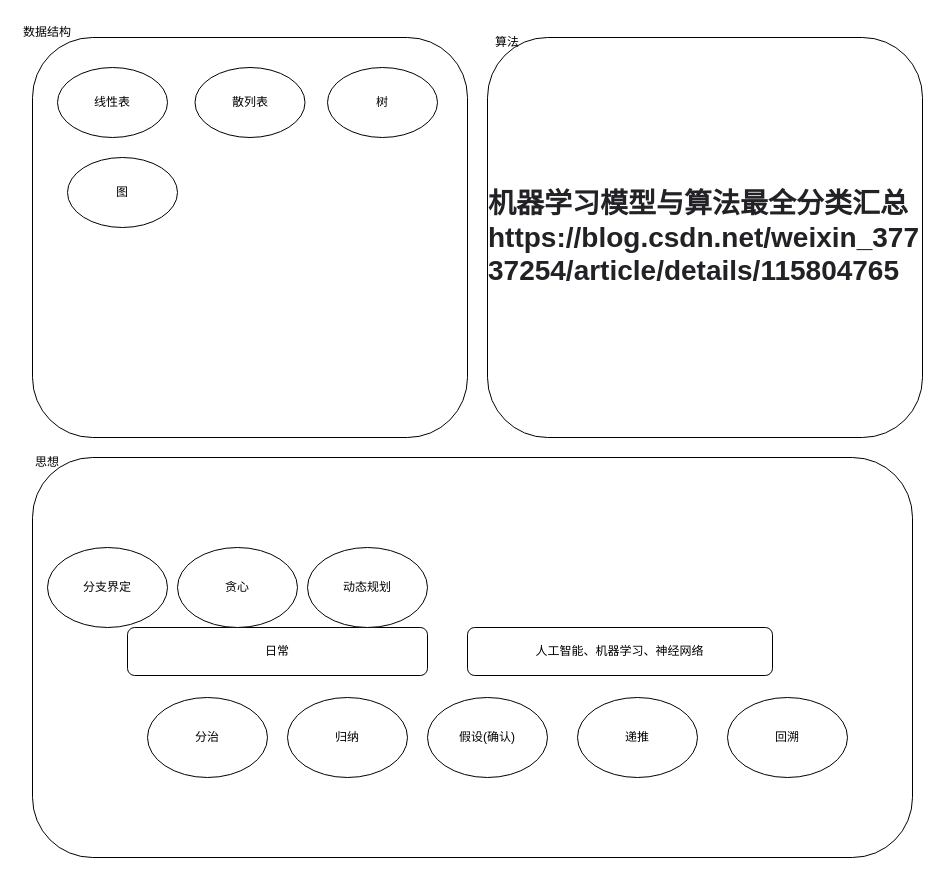
Asamiyaa/microservice-k8s-yun keeps this draw.io diagram as menus/算法.drawio. Above is the earlier version. Source tidied: cells renumbered, new cells numbered last; positions are measured from the earlier drawing's top-left corner, leaving out a move shared by most shapes. Both pictures are drawn from the tidied source at 100%, with x=0, y=0 at pixel (17, 17).
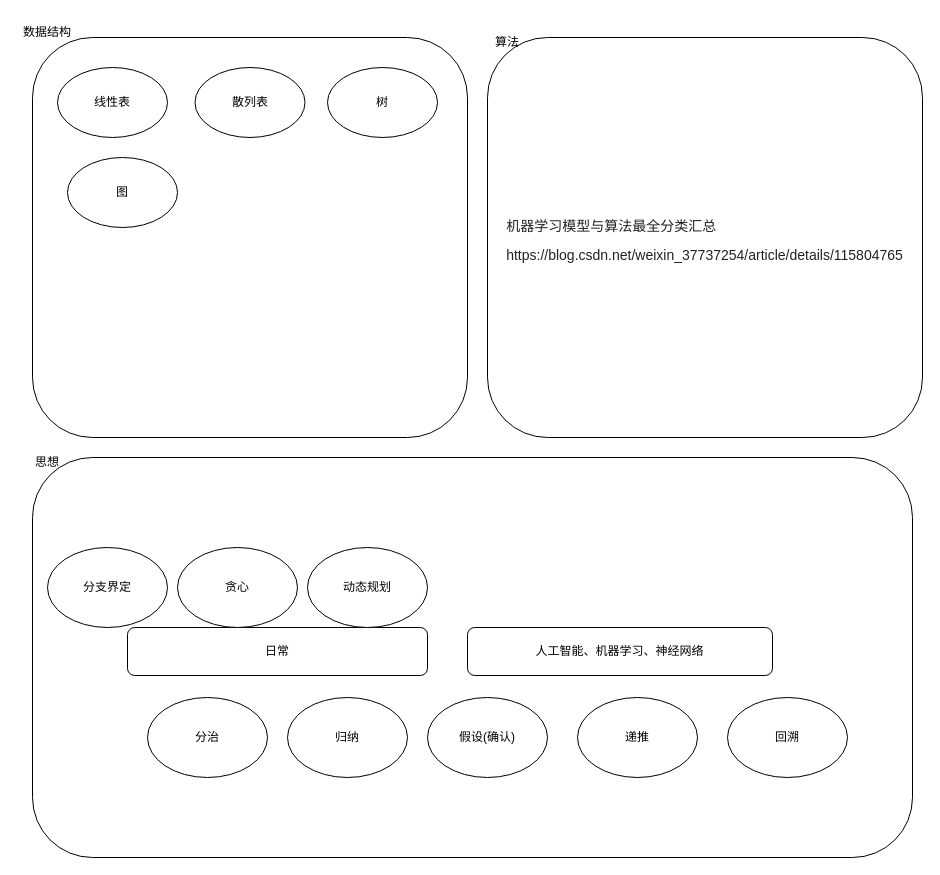
Above is the later version.

The edit, as a diff of the source:
```diff
@@
-    <mxCell id="15" value="&lt;h1 style=&quot;box-sizing: border-box; outline: 0px; margin: 0px; padding: 0px; overflow-wrap: break-word; word-break: break-all; text-align: start; background-color: rgb(255, 255, 255);&quot; id=&quot;articleContentId&quot; class=&quot;title-article&quot;&gt;&lt;font face=&quot;PingFang SC, Microsoft YaHei, SimHei, Arial, SimSun&quot; color=&quot;#222226&quot;&gt;&lt;span style=&quot;font-size: 28px;&quot;&gt;机器学习模型与算法最全分类汇总&lt;/span&gt;&lt;/font&gt;&lt;br&gt;&lt;font face=&quot;PingFang SC, Microsoft YaHei, SimHei, Arial, SimSun&quot; color=&quot;#222226&quot;&gt;&lt;span style=&quot;font-size: 28px;&quot;&gt;https://blog.csdn.net/weixin_37737254/article/details/115804765&lt;/span&gt;&lt;/font&gt;&lt;br&gt;&lt;/h1&gt;" style="rounded=1;whiteSpace=wrap;html=1;" parent="1" vertex="1">
+    <mxCell id="15" value="&lt;h1 style=&quot;box-sizing: border-box; outline: 0px; margin: 0px; padding: 0px; overflow-wrap: break-word; word-break: break-all; text-align: start; background-color: rgb(255, 255, 255);&quot; id=&quot;articleContentId&quot; class=&quot;title-article&quot;&gt;&lt;font style=&quot;font-size: 14px; font-weight: normal;&quot;&gt;&lt;font style=&quot;&quot; face=&quot;PingFang SC, Microsoft YaHei, SimHei, Arial, SimSun&quot; color=&quot;#222226&quot;&gt;机器学习模型与算法最全分类汇总&lt;/font&gt;&lt;br&gt;&lt;font style=&quot;&quot; face=&quot;PingFang SC, Microsoft YaHei, SimHei, Arial, SimSun&quot; color=&quot;#222226&quot;&gt;https://blog.csdn.net/weixin_37737254/article/details/115804765&lt;/font&gt;&lt;/font&gt;&lt;br&gt;&lt;/h1&gt;" style="rounded=1;whiteSpace=wrap;html=1;" parent="1" vertex="1">
       <mxGeometry x="470" y="20" width="435" height="400" as="geometry" />
     </mxCell>
```
